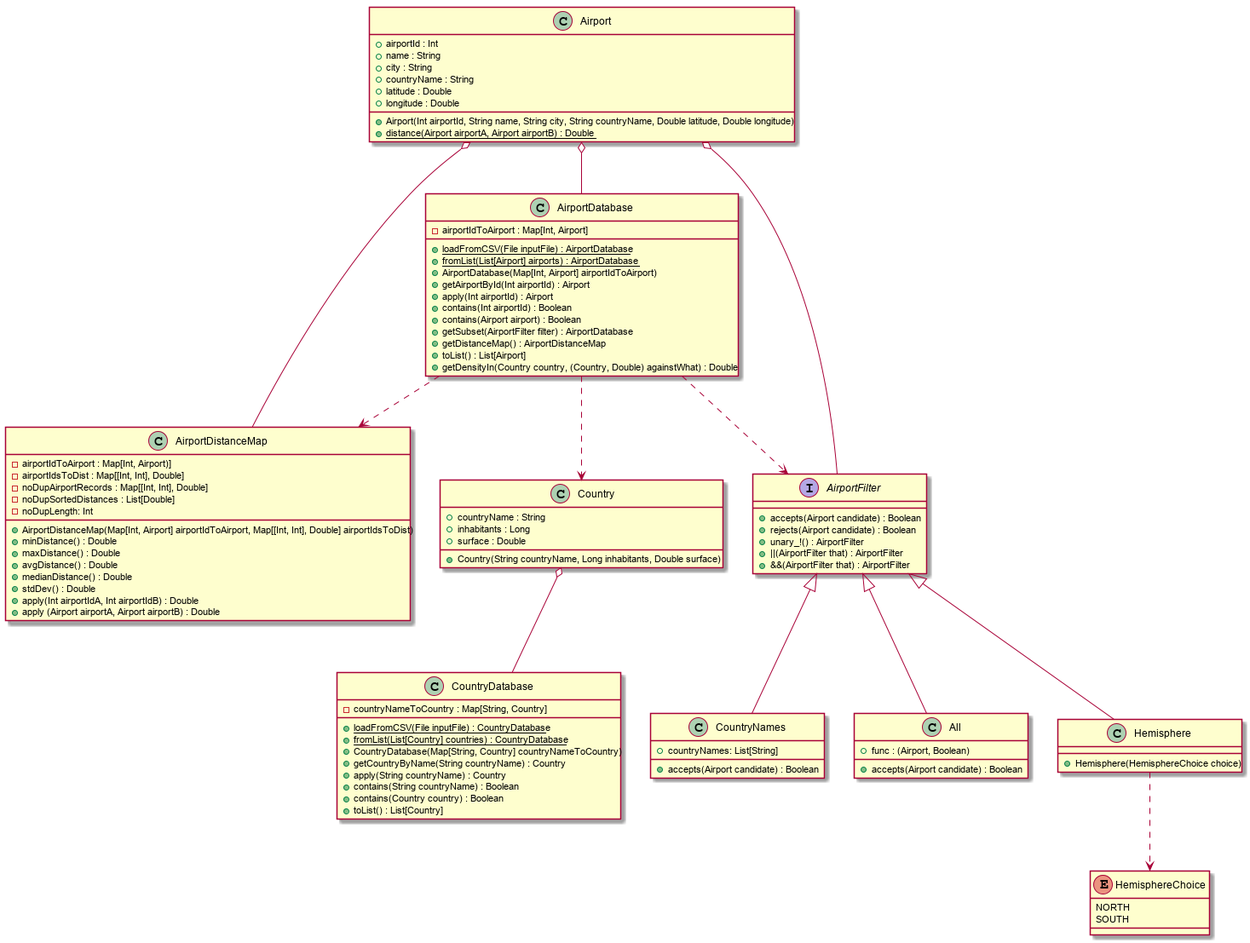
Before: resources/Diagramme_De_Classe.png, a diagram exported from PlantUML (pBouillon/OpenFlightStatistics).
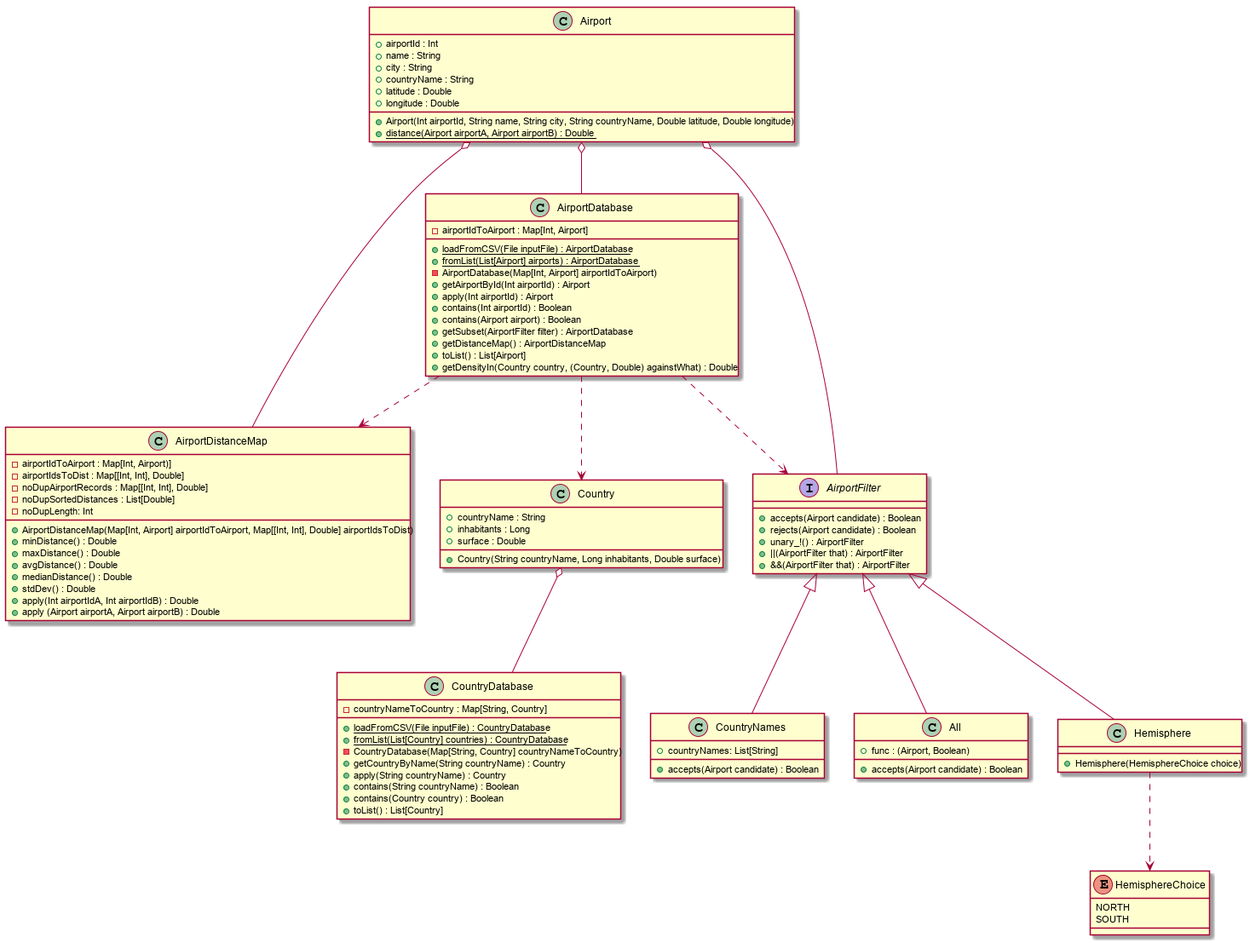
The same diagram one commit later.

Commit message:
Correction des Databases

The edit, as a diff of the source:
```diff
@@ -15,7 +15,7 @@
 	{field} - airportIdToAirport : Map[Int, Airport]
 	+ {static} loadFromCSV(File inputFile) : AirportDatabase
 	+ {static} fromList(List[Airport] airports) : AirportDatabase
-	+ AirportDatabase(Map[Int, Airport] airportIdToAirport)
+	- AirportDatabase(Map[Int, Airport] airportIdToAirport)
 	+ getAirportById(Int airportId) : Airport
 	+ apply(Int airportId) : Airport
 	+ contains(Int airportId) : Boolean
@@ -53,7 +53,7 @@
 	{field} - countryNameToCountry : Map[String, Country]
 	+ {static} loadFromCSV(File inputFile) : CountryDatabase
 	+ {static} fromList(List[Country] countries) : CountryDatabase
-	+ CountryDatabase(Map[String, Country] countryNameToCountry)
+	- CountryDatabase(Map[String, Country] countryNameToCountry)
 	+ getCountryByName(String countryName) : Country
 	+ apply(String countryName) : Country
 	+ contains(String countryName) : Boolean
```
